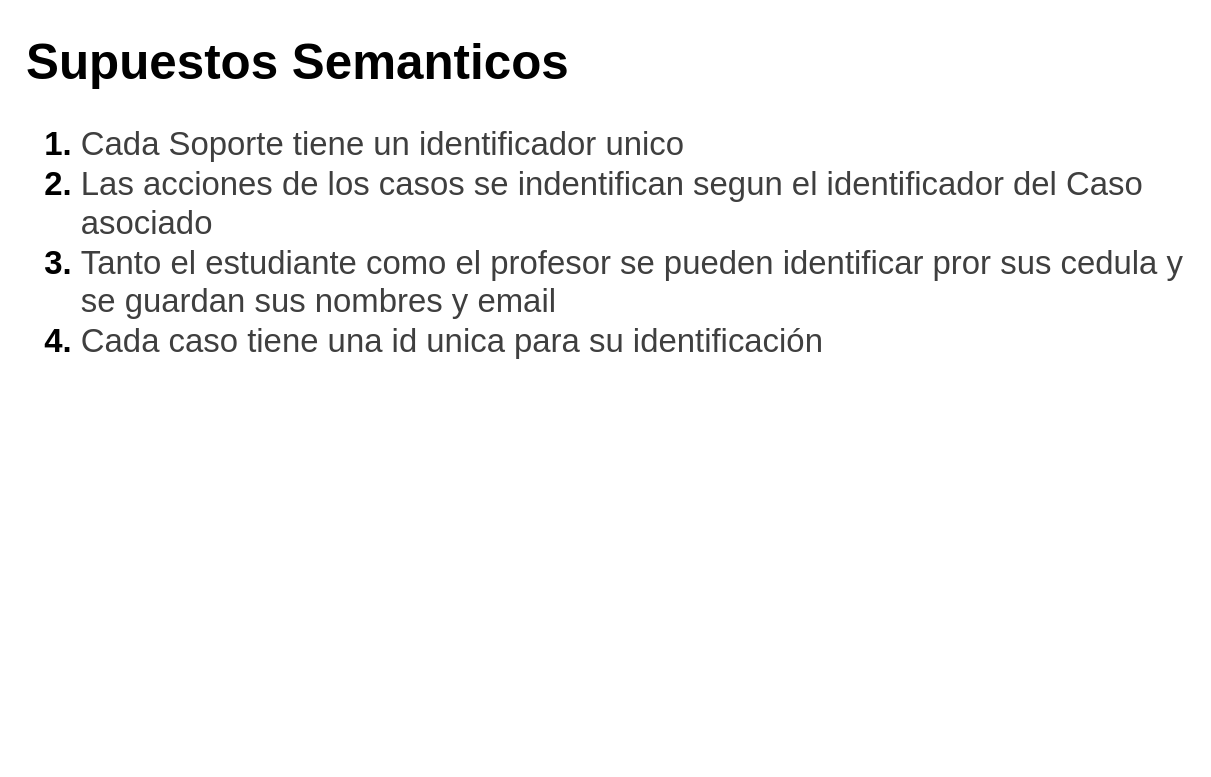
Before: page "Supuestos" (2 of 2) of doc/diagramaConceptual.drawio in DanielCarrenoMar/ClinicaJuridica-UCAB, a draw.io diagram. Source tidied: cells renumbered, new cells numbered last; positions are measured from the earlier drawing's top-left corner, leaving out a move shared by most shapes. Both pictures are drawn from the tidied source at 137%, with x=0, y=0 at pixel (23, 23).
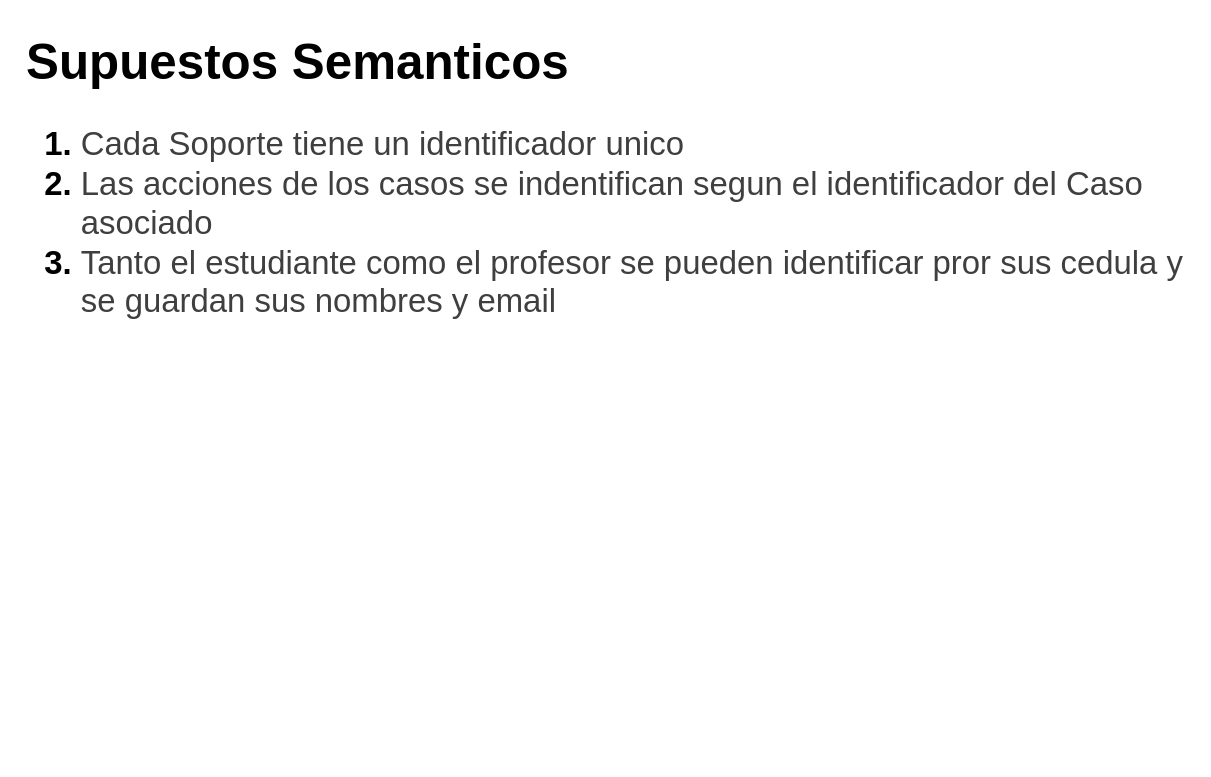
After the change.

What changed in the source:
```diff
@@
 <mxGraphModel>
   <root>
     <mxCell id="0" />
     <mxCell id="1" parent="0" />
-    <mxCell id="2" value="&lt;h1 style=&quot;margin-top: 0px;&quot;&gt;&lt;font style=&quot;font-size: 36px;&quot;&gt;Supuestos Semanticos&lt;/font&gt;&lt;/h1&gt;&lt;h1 style=&quot;margin-top: 0px;&quot;&gt;&lt;ol&gt;&lt;li&gt;&lt;span style=&quot;background-color: transparent; color: rgb(63, 63, 63); font-weight: normal;&quot;&gt;Cada Soporte tiene un identificador unico&lt;/span&gt;&lt;/li&gt;&lt;li&gt;&lt;span style=&quot;background-color: transparent; color: rgb(63, 63, 63); font-weight: normal;&quot;&gt;Las acciones de los casos se indentifican segun el identificador del Caso asociado&lt;/span&gt;&lt;/li&gt;&lt;li&gt;&lt;span style=&quot;background-color: transparent; color: rgb(63, 63, 63); font-weight: normal;&quot;&gt;Tanto el estudiante como el profesor se pueden identificar pror sus cedula y se guardan sus nombres y email&lt;/span&gt;&lt;/li&gt;&lt;li&gt;&lt;span style=&quot;background-color: transparent; color: rgb(63, 63, 63); font-weight: normal;&quot;&gt;Cada caso tiene una id unica para su identificación&lt;/span&gt;&lt;/li&gt;&lt;/ol&gt;&lt;/h1&gt;&lt;p&gt;&lt;/p&gt;" style="text;html=1;whiteSpace=wrap;overflow=hidden;rounded=0;" parent="1" vertex="1">
+    <mxCell id="2" value="&lt;h1 style=&quot;margin-top: 0px;&quot;&gt;&lt;font style=&quot;font-size: 36px;&quot;&gt;Supuestos Semanticos&lt;/font&gt;&lt;/h1&gt;&lt;h1 style=&quot;margin-top: 0px;&quot;&gt;&lt;ol&gt;&lt;li&gt;&lt;span style=&quot;background-color: transparent; color: rgb(63, 63, 63); font-weight: normal;&quot;&gt;Cada Soporte tiene un identificador unico&lt;/span&gt;&lt;/li&gt;&lt;li&gt;&lt;span style=&quot;background-color: transparent; color: rgb(63, 63, 63); font-weight: normal;&quot;&gt;Las acciones de los casos se indentifican segun el identificador del Caso asociado&lt;/span&gt;&lt;/li&gt;&lt;li&gt;&lt;span style=&quot;background-color: transparent; color: rgb(63, 63, 63); font-weight: normal;&quot;&gt;Tanto el estudiante como el profesor se pueden identificar pror sus cedula y se guardan sus nombres y email&lt;/span&gt;&lt;/li&gt;&lt;/ol&gt;&lt;/h1&gt;&lt;p&gt;&lt;/p&gt;" style="text;html=1;whiteSpace=wrap;overflow=hidden;rounded=0;" parent="1" vertex="1">
       <mxGeometry width="850" height="530" as="geometry" />
     </mxCell>
   </root>
 </mxGraphModel>
```
